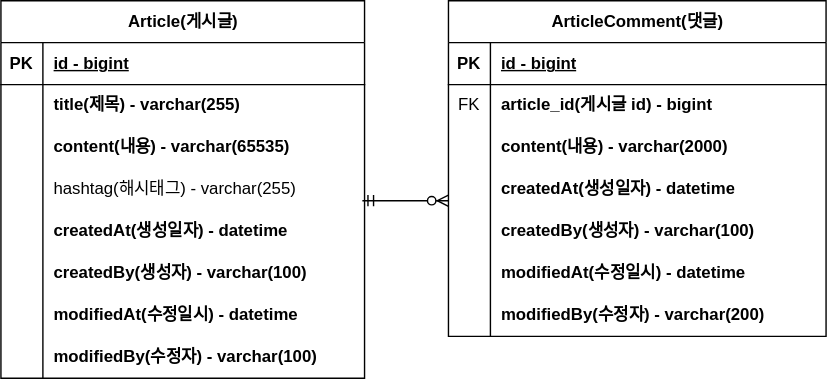
Before: document/project-board-erd.svg, a diagram exported from draw.io (netager/fastcampus-project-board). Source tidied: cells renumbered, new cells last; positions are measured from the earlier drawing's top-left corner, leaving out a move shared by most shapes.
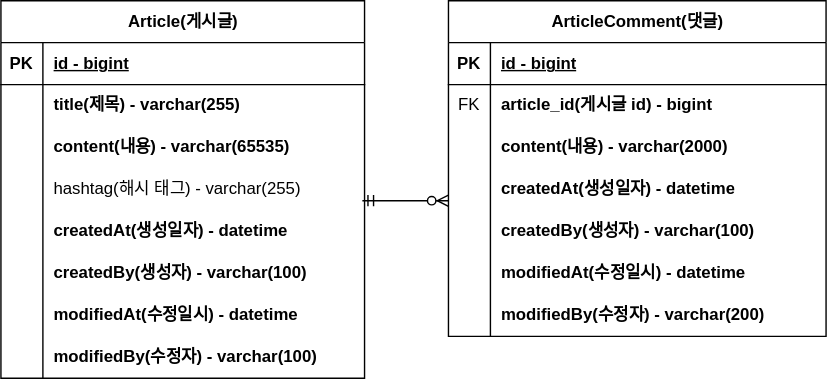
After the change.

What changed in the source:
```diff
@@ -38,7 +38,7 @@
     <mxCell id="13" style="shape=partialRectangle;fillColor=none;top=0;left=0;bottom=0;right=0;overflow=hidden;whiteSpace=wrap;html=1;" parent="12" vertex="1">
       <mxGeometry width="30" height="30" as="geometry" />
     </mxCell>
-    <mxCell id="14" value="hashtag(해시태그) - varchar(255)" style="shape=partialRectangle;fillColor=none;top=0;left=0;bottom=0;right=0;align=left;spacingLeft=6;overflow=hidden;whiteSpace=wrap;html=1;" parent="12" vertex="1">
+    <mxCell id="14" value="hashtag(해시 태그) - varchar(255)" style="shape=partialRectangle;fillColor=none;top=0;left=0;bottom=0;right=0;align=left;spacingLeft=6;overflow=hidden;whiteSpace=wrap;html=1;" parent="12" vertex="1">
       <mxGeometry x="30" width="230" height="30" as="geometry" />
     </mxCell>
     <mxCell id="15" style="shape=tableRow;horizontal=0;startSize=0;swimlaneHead=0;swimlaneBody=0;fillColor=none;top=0;left=0;right=0;bottom=0;" parent="2" vertex="1">
```
